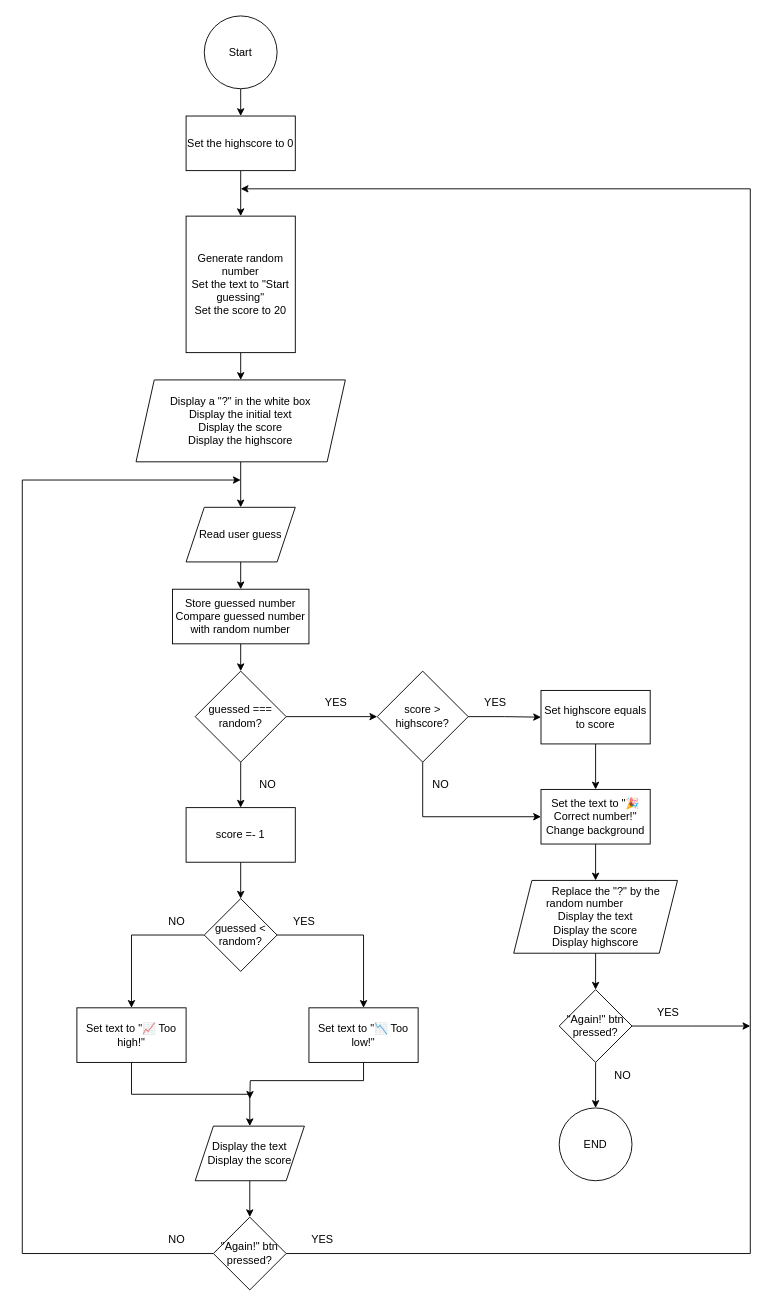
Above: flowchart.drawio in matheus4lves/udemy-the-complete-javascript-course_guess-my-number (draw.io), before the change. Source tidied: cells renumbered, new cells numbered last; positions are measured from the earlier drawing's top-left corner, leaving out a move shared by most shapes. Both pictures are drawn from the tidied source at 91%, with x=0, y=0 at pixel (22, 15).
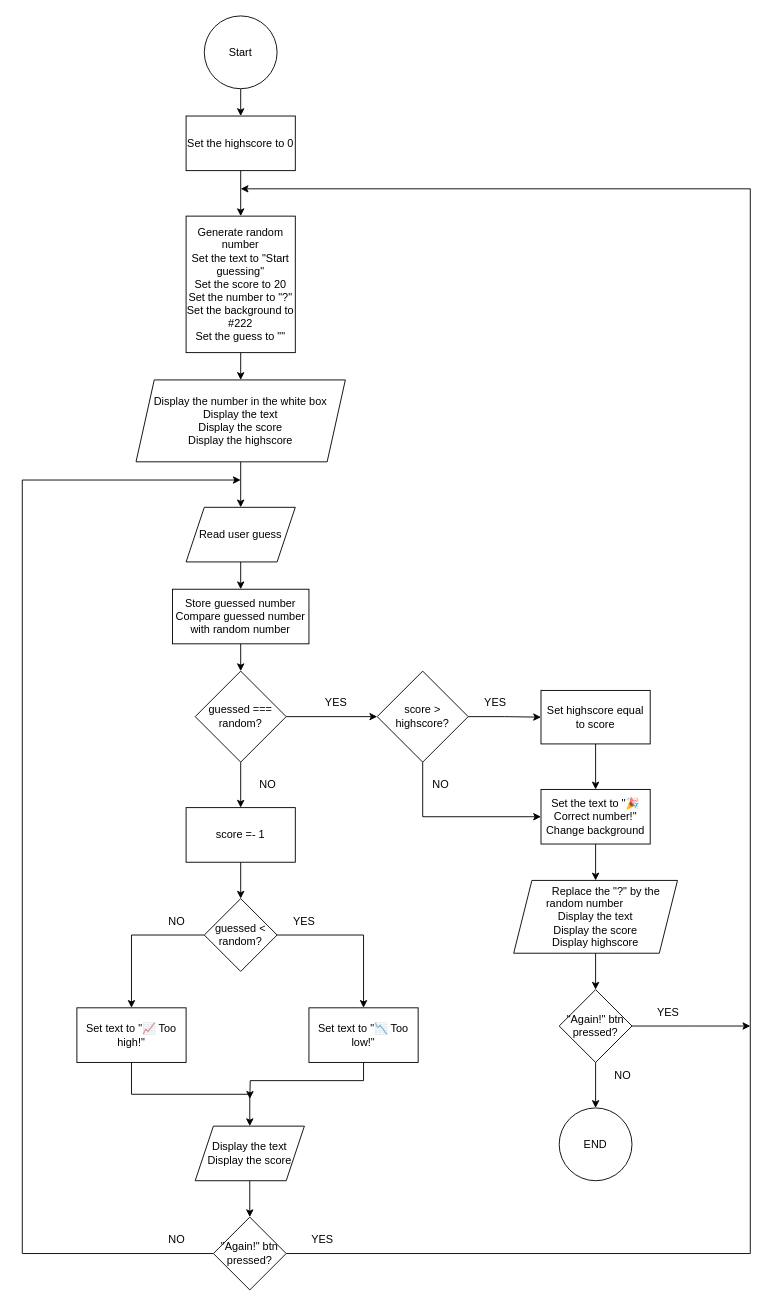
After the change.

Commit message:
Fix flowchart error

Change to the diagram source:
```diff
@@
-    <mxCell id="6" value="Generate random number&lt;br&gt;Set the text to &quot;Start guessing&quot;&lt;br&gt;Set the score to 20" style="rounded=0;whiteSpace=wrap;html=1;" parent="1" vertex="1">
+    <mxCell id="6" value="Generate random number&lt;br&gt;Set the text to &quot;Start guessing&quot;&lt;br&gt;Set the score to 20&lt;br&gt;Set the number to &quot;?&quot;&lt;br&gt;Set the background to #222&lt;br&gt;Set the guess to &quot;&quot;" style="rounded=0;whiteSpace=wrap;html=1;" parent="1" vertex="1">
       <mxGeometry x="180" y="220" width="120" height="150" as="geometry" />
     </mxCell>
@@
-    <mxCell id="15" value="Display a &quot;?&quot; in the white box&lt;br&gt;Display the initial text&lt;br&gt;Display the score&lt;br&gt;Display the highscore" style="shape=parallelogram;perimeter=parallelogramPerimeter;whiteSpace=wrap;html=1;fixedSize=1;" parent="1" vertex="1">
+    <mxCell id="15" value="Display the number in the white box&lt;br&gt;Display the text&lt;br&gt;Display the score&lt;br&gt;Display the highscore" style="shape=parallelogram;perimeter=parallelogramPerimeter;whiteSpace=wrap;html=1;fixedSize=1;" parent="1" vertex="1">
       <mxGeometry x="125" y="400" width="230" height="90" as="geometry" />
     </mxCell>
@@
-    <mxCell id="17" value="Set highscore equals to score" style="rounded=0;whiteSpace=wrap;html=1;" parent="1" vertex="1">
+    <mxCell id="17" value="Set highscore equal to score" style="rounded=0;whiteSpace=wrap;html=1;" parent="1" vertex="1">
       <mxGeometry x="570" y="741.2" width="120" height="58.8" as="geometry" />
     </mxCell>
```
